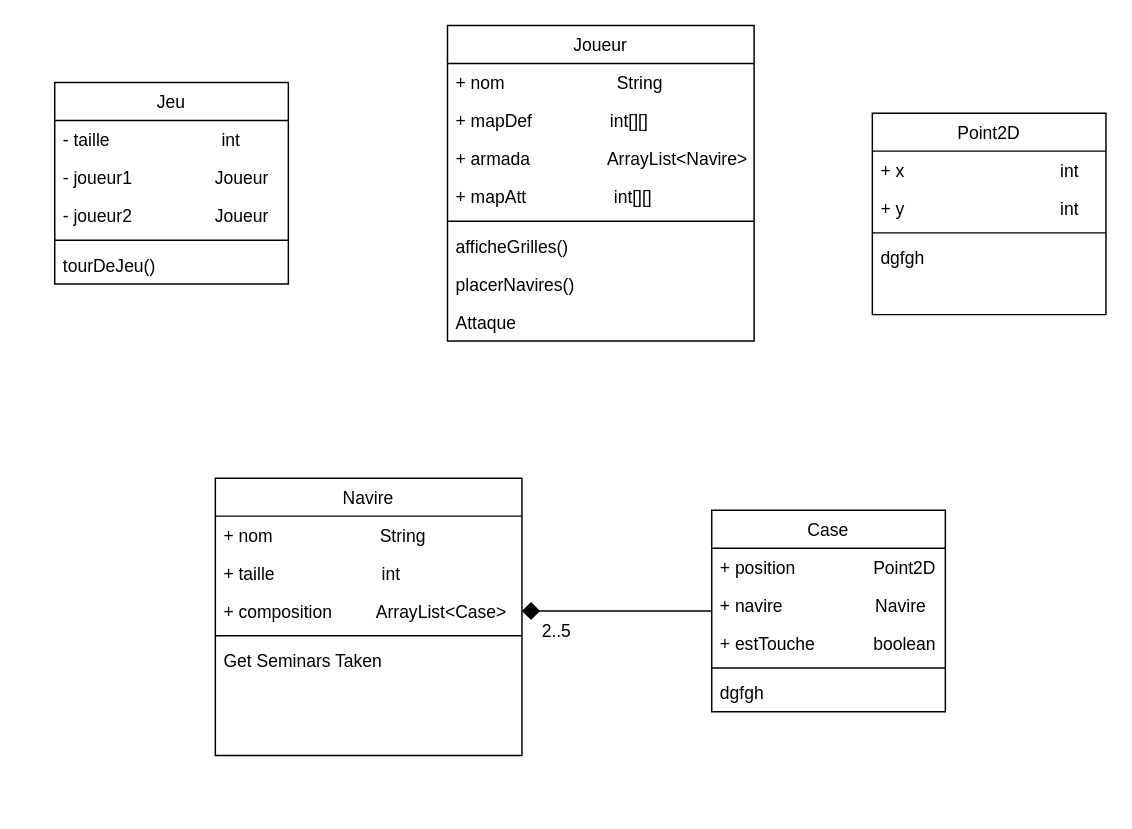
This is ClassDiagram.drawio from ECN-info-MEDEV/tp-note-ds_vianney_maxence, a draw.io file, before an edit. Source tidied: cells renumbered, new cells numbered last; positions are measured from the earlier drawing's top-left corner, leaving out a move shared by most shapes. Both pictures are drawn from the tidied source at 146%, with x=0, y=0 at pixel (54, 25).
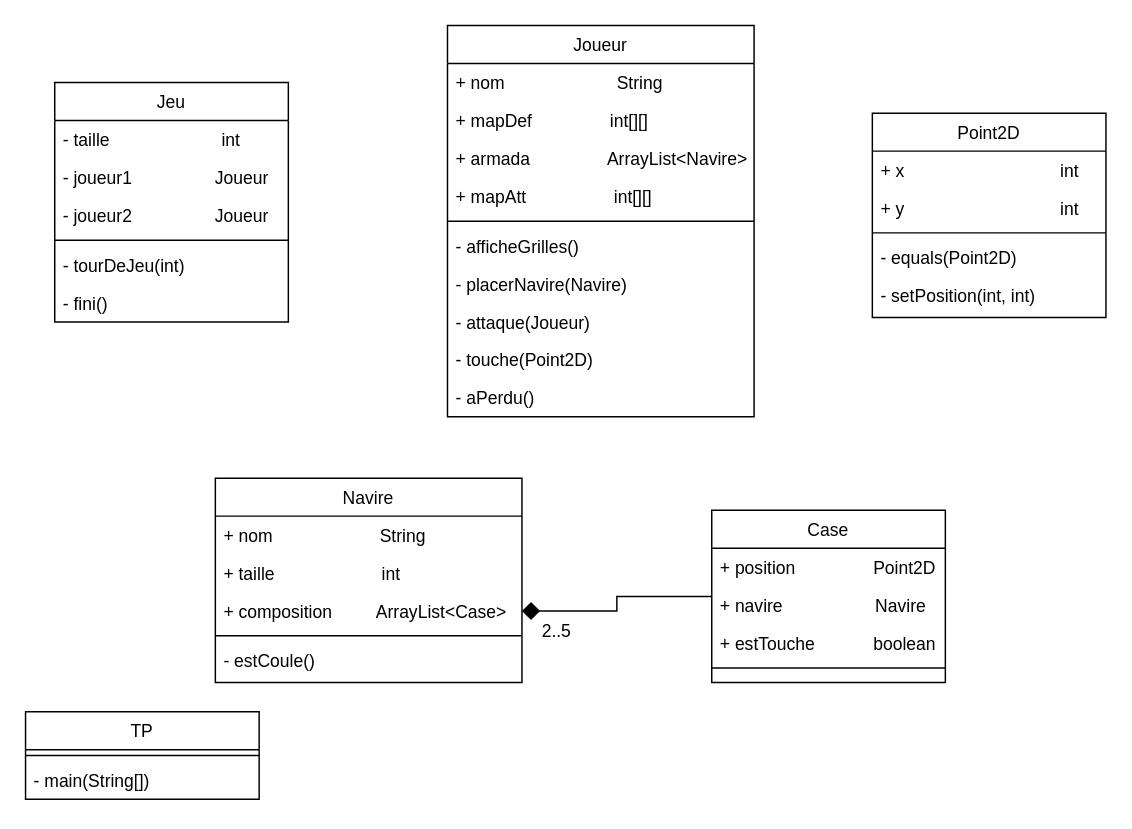
Above is the later version.

What changed in the source:
```diff
@@
     <mxCell id="2" value="Jeu" style="swimlane;fontStyle=0;align=center;verticalAlign=top;horizontal=1;startSize=26;rounded=0;shadow=0;strokeWidth=1;" parent="1" vertex="1">
-      <mxGeometry y="39" width="160" height="138" as="geometry" />
+      <mxGeometry y="39" width="160" height="164" as="geometry" />
     </mxCell>
@@
-    <mxCell id="7" value="tourDeJeu()" style="text;align=left;verticalAlign=top;spacingLeft=4;spacingRight=4;overflow=hidden;" parent="2" vertex="1">
+    <mxCell id="7" value="- tourDeJeu(int)" style="text;align=left;verticalAlign=top;spacingLeft=4;spacingRight=4;overflow=hidden;" parent="2" vertex="1">
       <mxGeometry y="112" width="160" height="26" as="geometry" />
     </mxCell>
+    <mxCell id="36" value="- fini()" style="text;align=left;verticalAlign=top;spacingLeft=4;spacingRight=4;overflow=hidden;" parent="2" vertex="1">
+      <mxGeometry y="138" width="160" height="26" as="geometry" />
+    </mxCell>
     <mxCell id="8" value="Navire" style="swimlane;fontStyle=0;align=center;verticalAlign=top;horizontal=1;startSize=26;rounded=0;shadow=0;strokeWidth=1;" parent="1" vertex="1">
-      <mxGeometry x="110" y="310" width="210" height="190" as="geometry" />
+      <mxGeometry x="110" y="310" width="210" height="140" as="geometry" />
     </mxCell>
@@
-    <mxCell id="13" value="Get Seminars Taken" style="text;align=left;verticalAlign=top;spacingLeft=4;spacingRight=4;overflow=hidden;" parent="8" vertex="1">
+    <mxCell id="13" value="- estCoule()" style="text;align=left;verticalAlign=top;spacingLeft=4;spacingRight=4;overflow=hidden;" parent="8" vertex="1">
       <mxGeometry y="112" width="210" height="26" as="geometry" />
     </mxCell>
     <mxCell id="14" value="Point2D" style="swimlane;fontStyle=0;align=center;verticalAlign=top;horizontal=1;startSize=26;rounded=0;shadow=0;strokeWidth=1;" parent="1" vertex="1">
-      <mxGeometry x="560" y="60" width="160" height="138" as="geometry" />
+      <mxGeometry x="560" y="60" width="160" height="140" as="geometry" />
     </mxCell>
@@
-    <mxCell id="18" value="dgfgh" style="text;align=left;verticalAlign=top;spacingLeft=4;spacingRight=4;overflow=hidden;" parent="14" vertex="1">
+    <mxCell id="18" value="- equals(Point2D)" style="text;align=left;verticalAlign=top;spacingLeft=4;spacingRight=4;overflow=hidden;" parent="14" vertex="1">
       <mxGeometry y="86" width="160" height="26" as="geometry" />
     </mxCell>
+    <mxCell id="37" value="- setPosition(int, int)" style="text;align=left;verticalAlign=top;spacingLeft=4;spacingRight=4;overflow=hidden;" parent="14" vertex="1">
+      <mxGeometry y="112" width="160" height="26" as="geometry" />
+    </mxCell>
     <mxCell id="19" value="Joueur" style="swimlane;fontStyle=0;align=center;verticalAlign=top;horizontal=1;startSize=26;rounded=0;shadow=0;strokeWidth=1;" parent="1" vertex="1">
-      <mxGeometry x="269" width="210" height="216" as="geometry" />
+      <mxGeometry x="269" width="210" height="268" as="geometry" />
     </mxCell>
@@
-    <mxCell id="25" value="afficheGrilles()" style="text;align=left;verticalAlign=top;spacingLeft=4;spacingRight=4;overflow=hidden;" parent="19" vertex="1">
+    <mxCell id="25" value="- afficheGrilles()" style="text;align=left;verticalAlign=top;spacingLeft=4;spacingRight=4;overflow=hidden;" parent="19" vertex="1">
       <mxGeometry y="138" width="210" height="26" as="geometry" />
     </mxCell>
-    <mxCell id="26" value="placerNavires()" style="text;align=left;verticalAlign=top;spacingLeft=4;spacingRight=4;overflow=hidden;" parent="19" vertex="1">
+    <mxCell id="26" value="- placerNavire(Navire)" style="text;align=left;verticalAlign=top;spacingLeft=4;spacingRight=4;overflow=hidden;" parent="19" vertex="1">
       <mxGeometry y="164" width="210" height="26" as="geometry" />
     </mxCell>
-    <mxCell id="27" value="Attaque" style="text;align=left;verticalAlign=top;spacingLeft=4;spacingRight=4;overflow=hidden;" parent="19" vertex="1">
+    <mxCell id="27" value="- attaque(Joueur)" style="text;align=left;verticalAlign=top;spacingLeft=4;spacingRight=4;overflow=hidden;" parent="19" vertex="1">
       <mxGeometry y="190" width="210" height="26" as="geometry" />
     </mxCell>
+    <mxCell id="38" value="- touche(Point2D)" style="text;align=left;verticalAlign=top;spacingLeft=4;spacingRight=4;overflow=hidden;" parent="19" vertex="1">
+      <mxGeometry y="216" width="210" height="26" as="geometry" />
+    </mxCell>
+    <mxCell id="39" value="- aPerdu()" style="text;align=left;verticalAlign=top;spacingLeft=4;spacingRight=4;overflow=hidden;" parent="19" vertex="1">
+      <mxGeometry y="242" width="210" height="26" as="geometry" />
+    </mxCell>
@@
     <mxCell id="29" value="Case" style="swimlane;fontStyle=0;align=center;verticalAlign=top;horizontal=1;startSize=26;rounded=0;shadow=0;strokeWidth=1;" parent="1" vertex="1">
-      <mxGeometry x="450" y="332" width="160" height="138" as="geometry" />
+      <mxGeometry x="450" y="332" width="160" height="118" as="geometry" />
     </mxCell>
@@
-    <mxCell id="34" value="dgfgh" style="text;align=left;verticalAlign=top;spacingLeft=4;spacingRight=4;overflow=hidden;" parent="29" vertex="1">
-      <mxGeometry y="112" width="160" height="26" as="geometry" />
-    </mxCell>
@@
+    <mxCell id="40" value="TP" style="swimlane;fontStyle=0;align=center;verticalAlign=top;horizontal=1;startSize=26;rounded=0;shadow=0;strokeWidth=1;" parent="1" vertex="1">
+      <mxGeometry x="-20" y="470" width="160" height="60" as="geometry" />
+    </mxCell>
+    <mxCell id="41" style="line;html=1;strokeWidth=1;align=left;verticalAlign=middle;spacingTop=-1;spacingLeft=3;spacingRight=3;labelPosition=right;" parent="40" vertex="1">
+      <mxGeometry y="26" width="160" height="8" as="geometry" />
+    </mxCell>
+    <mxCell id="42" value="- main(String[])" style="text;align=left;verticalAlign=top;spacingLeft=4;spacingRight=4;overflow=hidden;" parent="40" vertex="1">
+      <mxGeometry y="34" width="160" height="26" as="geometry" />
+    </mxCell>
```
